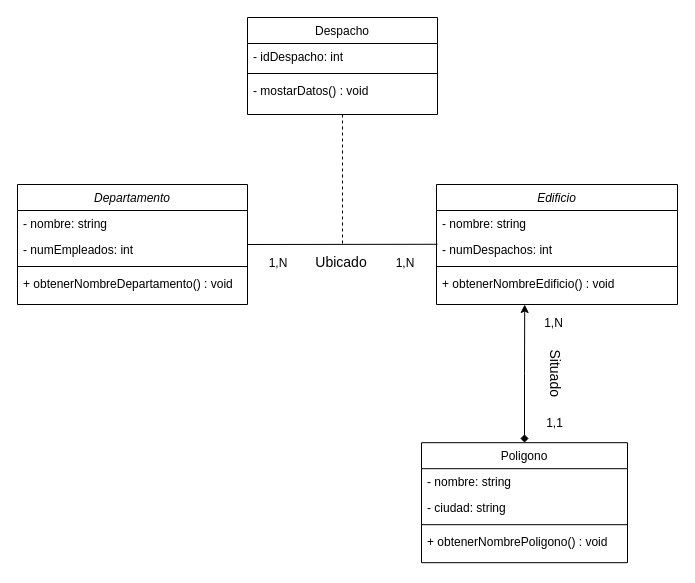
Earlier version of the draw.io diagram DEVELOPMENT ENVIRONMENT/PRÁCTICA 7.1/Ejercicio 3.drawio (SerDieFer/1-DAW). Source tidied: cells renumbered, new cells numbered last; positions are measured from the earlier drawing's top-left corner, leaving out a move shared by most shapes. Both pictures are drawn from the tidied source at 100%, with x=0, y=0 at pixel (17, 17).
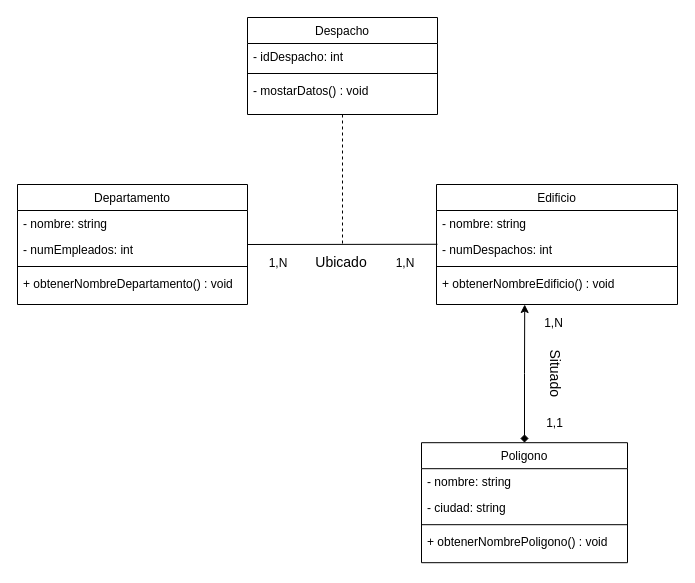
The same diagram, later.

Diff of the diagram source:
```diff
@@
-    <mxCell id="2" value="Departamento" style="swimlane;fontStyle=2;align=center;verticalAlign=top;horizontal=1;startSize=26;rounded=0;shadow=0;strokeWidth=1;" parent="1" vertex="1">
+    <mxCell id="2" value="Departamento" style="swimlane;fontStyle=0;align=center;verticalAlign=top;horizontal=1;startSize=26;rounded=0;shadow=0;strokeWidth=1;" parent="1" vertex="1">
       <mxGeometry y="167" width="230" height="120" as="geometry" />
     </mxCell>
@@
-    <mxCell id="12" value="Edificio" style="swimlane;fontStyle=2;align=center;verticalAlign=top;horizontal=1;startSize=26;rounded=0;shadow=0;strokeWidth=1;" parent="1" vertex="1">
+    <mxCell id="12" value="Edificio" style="swimlane;fontStyle=0;align=center;verticalAlign=top;horizontal=1;startSize=26;rounded=0;shadow=0;strokeWidth=1;" parent="1" vertex="1">
       <mxGeometry x="419" y="167" width="241" height="120" as="geometry" />
     </mxCell>
```
